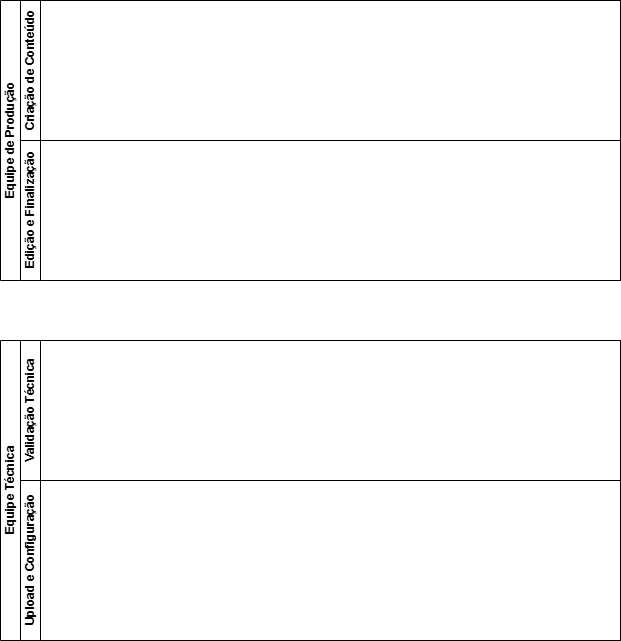
The draw.io diagram Diagrama 2.0.drawio.png in Andynlx01/fluxograma.aprensa-o, before a commit. Source tidied: cells renumbered, new cells last; positions are measured from the earlier drawing's top-left corner, leaving out a move shared by most shapes.
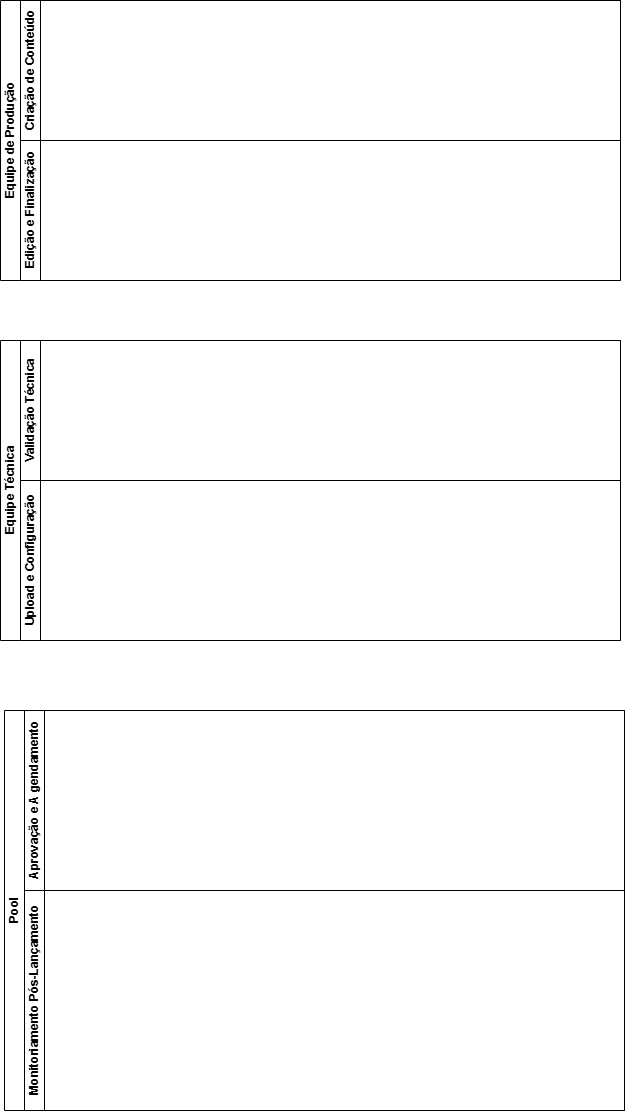
The same diagram one commit later.

The edit, as a diff of the source:
```diff
@@ -20,5 +20,14 @@
     <mxCell id="7" value="Upload e Configuração" style="swimlane;startSize=20;horizontal=0;html=1;" parent="5" vertex="1">
       <mxGeometry x="20" y="140" width="600" height="160" as="geometry" />
     </mxCell>
+    <mxCell id="8" value="Pool" style="swimlane;horizontal=0;startSize=20;html=1;" parent="1" vertex="1">
+      <mxGeometry x="4" y="710" width="620" height="400" as="geometry" />
+    </mxCell>
+    <mxCell id="9" value="Aprovação e A gendamento" style="swimlane;startSize=20;horizontal=0;html=1;" parent="8" vertex="1">
+      <mxGeometry x="20" width="600" height="180" as="geometry" />
+    </mxCell>
+    <mxCell id="10" value="Monitoriamento Pós-Lançamento" style="swimlane;startSize=20;horizontal=0;html=1;" parent="8" vertex="1">
+      <mxGeometry x="20" y="180" width="600" height="220" as="geometry" />
+    </mxCell>
   </root>
 </mxGraphModel>
```
